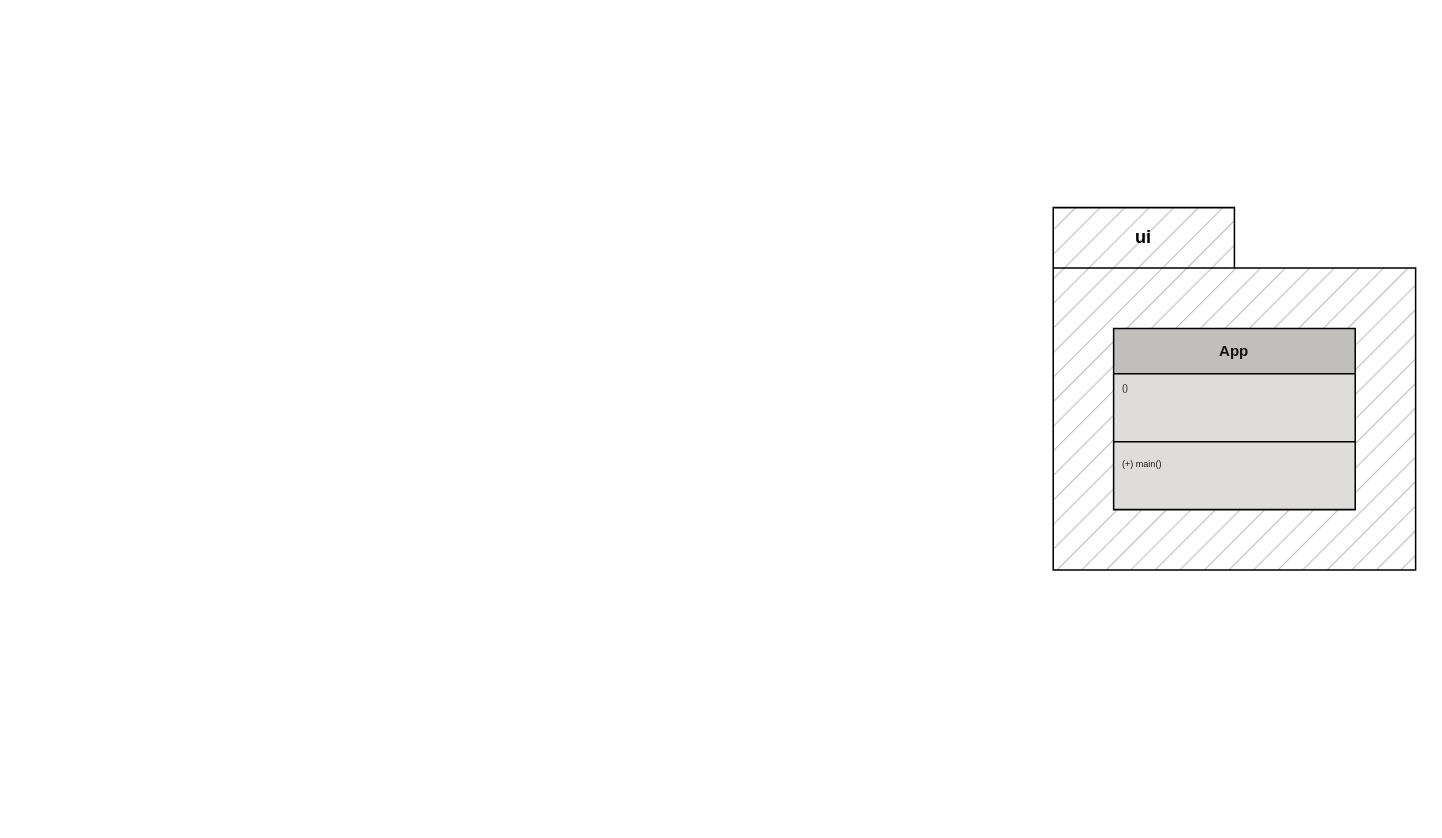
Earlier version of the draw.io diagram docs/overview.drawio (diego-52h/kanban). Source tidied: cells renumbered, new cells numbered last; positions are measured from the earlier drawing's top-left corner, leaving out a move shared by most shapes. Both pictures are drawn from the tidied source at 151%, with x=0, y=0 at pixel (1052, 207).
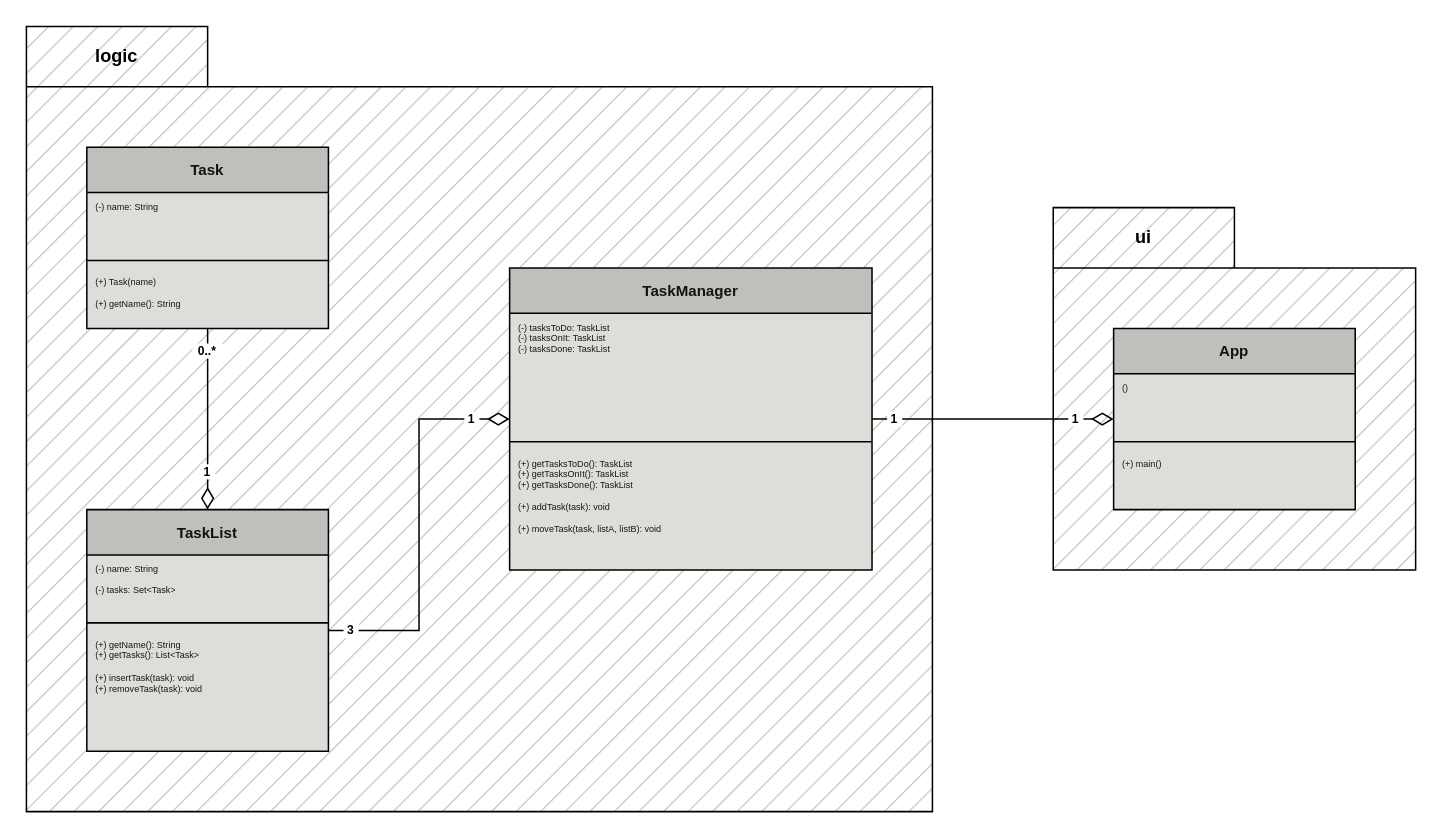
Above is the later version.

Commit message (it also covers changes not shown here):
[FEATURE](/code): Create `logic` package and add basic classes for kanban logic

Unchanged cells that the change refers to:
```xml
<mxCell id="3" value="App" style="swimlane;fontStyle=1;align=center;verticalAlign=middle;horizontal=1;startSize=30;whiteSpace=wrap;html=1;fontFamily=Source Sans Pro;labelBackgroundColor=none;textOpacity=90;swimlaneFillColor=#deddda;fillColor=#c0bfbc;fontSize=10;rounded=0;" parent="1" vertex="1">
  <mxGeometry x="40" y="80" width="160" height="120" as="geometry" />
</mxCell>
```

Diff of the diagram source:
```diff
@@
+    <mxCell id="7" value="logic" style="shape=folder;fontStyle=1;tabWidth=120;tabHeight=40;tabPosition=left;html=1;boundedLbl=1;labelInHeader=1;whiteSpace=wrap;fillStyle=hatch;fillColor=#c0bfbc;fontFamily=Source Sans Pro;verticalAlign=middle;" parent="1" vertex="1">
+      <mxGeometry x="-680" y="-120" width="600" height="520" as="geometry" />
+    </mxCell>
+    <mxCell id="8" style="endArrow=none;html=1;endSize=12;startArrow=diamondThin;startSize=12;startFill=0;edgeStyle=orthogonalEdgeStyle;align=center;verticalAlign=middle;rounded=0;endFill=0;fontFamily=Source Code Pro;fontSize=8;labelBackgroundColor=none;fontStyle=1;" parent="1" edge="1" source="3" target="20">
+      <mxGeometry x="0.92" y="10" relative="1" as="geometry" />
+    </mxCell>
@@
+    <mxCell id="9" value="Task" style="swimlane;fontStyle=1;align=center;verticalAlign=middle;horizontal=1;startSize=30;whiteSpace=wrap;html=1;fontFamily=Source Sans Pro;labelBackgroundColor=none;textOpacity=90;swimlaneFillColor=#deddda;fillColor=#c0bfbc;fontSize=10;rounded=0;" parent="1" vertex="1">
+      <mxGeometry x="-640" y="-40" width="160" height="120" as="geometry" />
+    </mxCell>
+    <mxCell id="10" value="&lt;div&gt;(-) name: String&lt;/div&gt;" style="text;align=left;verticalAlign=top;spacingLeft=4;spacingRight=4;overflow=hidden;whiteSpace=wrap;html=1;fontFamily=Source Code Pro;labelBackgroundColor=none;textOpacity=90;swimlaneFillColor=#deddda;fontSize=6;rounded=0;" parent="9" vertex="1">
+      <mxGeometry y="30" width="160" height="40" as="geometry" />
+    </mxCell>
+    <mxCell id="11" style="line;strokeWidth=1;align=center;verticalAlign=middle;spacingTop=-1;spacingLeft=3;spacingRight=3;labelPosition=right;fontFamily=Source Code Pro;labelBackgroundColor=none;textOpacity=90;swimlaneFillColor=#deddda;fontSize=8;rounded=0;" parent="9" vertex="1">
+      <mxGeometry y="70" width="160" height="10" as="geometry" />
+    </mxCell>
+    <mxCell id="12" value="&lt;div&gt;(+) Task(name)&lt;br&gt;&lt;/div&gt;&lt;div&gt;&lt;br&gt;&lt;/div&gt;&lt;div&gt;(+) getName(): String&lt;/div&gt;" style="text;align=left;verticalAlign=top;spacingLeft=4;spacingRight=4;overflow=hidden;whiteSpace=wrap;html=1;fontFamily=Source Code Pro;labelBackgroundColor=none;textOpacity=90;swimlaneFillColor=#deddda;fontSize=6;rounded=0;" parent="9" vertex="1">
+      <mxGeometry y="80" width="160" height="40" as="geometry" />
+    </mxCell>
+    <mxCell id="13" value="TaskList" style="swimlane;fontStyle=1;align=center;verticalAlign=middle;horizontal=1;startSize=30;whiteSpace=wrap;html=1;fontFamily=Source Sans Pro;labelBackgroundColor=none;textOpacity=90;swimlaneFillColor=#deddda;fillColor=#c0bfbc;fontSize=10;rounded=0;" parent="1" vertex="1">
+      <mxGeometry x="-640" y="200" width="160" height="160" as="geometry" />
+    </mxCell>
+    <mxCell id="14" value="&lt;div&gt;(-) name: String&lt;/div&gt;&lt;div&gt;&lt;br&gt;&lt;/div&gt;&lt;div&gt;(-) tasks: Set&amp;lt;Task&amp;gt;&lt;/div&gt;" style="text;align=left;verticalAlign=top;spacingLeft=4;spacingRight=4;overflow=hidden;whiteSpace=wrap;html=1;fontFamily=Source Code Pro;labelBackgroundColor=none;textOpacity=90;swimlaneFillColor=#deddda;fontSize=6;rounded=0;" parent="13" vertex="1">
+      <mxGeometry y="30" width="160" height="40" as="geometry" />
+    </mxCell>
+    <mxCell id="15" style="line;strokeWidth=1;align=center;verticalAlign=middle;spacingTop=-1;spacingLeft=3;spacingRight=3;labelPosition=right;fontFamily=Source Code Pro;labelBackgroundColor=none;textOpacity=90;swimlaneFillColor=#deddda;fontSize=8;rounded=0;" parent="13" vertex="1">
+      <mxGeometry y="70" width="160" height="10" as="geometry" />
+    </mxCell>
+    <mxCell id="16" value="&lt;div&gt;(+) getName(): String&lt;br&gt;&lt;/div&gt;&lt;div&gt;(+) getTasks(): List&amp;lt;Task&amp;gt;&lt;/div&gt;&lt;div&gt;&lt;br&gt;&lt;/div&gt;&lt;div&gt;(+) insertTask(task): void&lt;/div&gt;&lt;div&gt;(+) removeTask(task): void&lt;/div&gt;" style="text;align=left;verticalAlign=top;spacingLeft=4;spacingRight=4;overflow=hidden;whiteSpace=wrap;html=1;fontFamily=Source Code Pro;labelBackgroundColor=none;textOpacity=90;swimlaneFillColor=#deddda;fontSize=6;rounded=0;" parent="13" vertex="1">
+      <mxGeometry y="80" width="160" height="80" as="geometry" />
+    </mxCell>
+    <mxCell id="17" style="endArrow=none;html=1;endSize=12;startArrow=diamondThin;startSize=12;startFill=0;edgeStyle=orthogonalEdgeStyle;align=center;verticalAlign=middle;rounded=0;endFill=0;fontFamily=Source Code Pro;fontSize=8;labelBackgroundColor=none;fontStyle=1;" parent="1" edge="1" source="13" target="9">
+      <mxGeometry x="0.92" y="10" relative="1" as="geometry" />
+    </mxCell>
+    <mxCell id="18" value="0..*" style="text;html=1;align=center;verticalAlign=middle;whiteSpace=wrap;rounded=0;fontSize=8;fontStyle=1;fontFamily=Source Code Pro;fillColor=default;" parent="1" vertex="1">
+      <mxGeometry x="-570" y="90" width="20" height="10" as="geometry" />
+    </mxCell>
+    <mxCell id="19" value="1" style="text;html=1;align=center;verticalAlign=middle;whiteSpace=wrap;rounded=0;fontSize=8;fontStyle=1;fontFamily=Source Code Pro;fillColor=default;" parent="1" vertex="1">
+      <mxGeometry x="-565" y="170" width="10" height="10" as="geometry" />
+    </mxCell>
+    <mxCell id="20" value="TaskManager" style="swimlane;fontStyle=1;align=center;verticalAlign=middle;horizontal=1;startSize=30;whiteSpace=wrap;html=1;fontFamily=Source Sans Pro;labelBackgroundColor=none;textOpacity=90;swimlaneFillColor=#deddda;fillColor=#c0bfbc;fontSize=10;rounded=0;" parent="1" vertex="1">
+      <mxGeometry x="-360" y="40" width="240" height="200" as="geometry" />
+    </mxCell>
+    <mxCell id="21" value="&lt;div&gt;(-) tasksToDo: TaskList&lt;/div&gt;&lt;div&gt;(-) tasksOnIt: TaskList&lt;/div&gt;&lt;div&gt;(-) tasksDone: TaskList&lt;/div&gt;" style="text;align=left;verticalAlign=top;spacingLeft=4;spacingRight=4;overflow=hidden;whiteSpace=wrap;html=1;fontFamily=Source Code Pro;labelBackgroundColor=none;textOpacity=90;swimlaneFillColor=#deddda;fontSize=6;rounded=0;" parent="20" vertex="1">
+      <mxGeometry y="30" width="240" height="80" as="geometry" />
+    </mxCell>
+    <mxCell id="22" style="line;strokeWidth=1;align=center;verticalAlign=middle;spacingTop=-1;spacingLeft=3;spacingRight=3;labelPosition=right;fontFamily=Source Code Pro;labelBackgroundColor=none;textOpacity=90;swimlaneFillColor=#deddda;fontSize=8;rounded=0;" parent="20" vertex="1">
+      <mxGeometry y="110" width="240" height="10" as="geometry" />
+    </mxCell>
+    <mxCell id="23" value="(+) getTasksToDo(): TaskList&lt;div&gt;(+) getTasksOnIt(): TaskList&lt;/div&gt;&lt;div&gt;(+) getTasksDone(): TaskList&lt;/div&gt;&lt;div&gt;&lt;br&gt;&lt;/div&gt;&lt;div&gt;&lt;div&gt;(+) addTask(task): void&lt;br&gt;&lt;/div&gt;&lt;/div&gt;&lt;div&gt;&lt;br&gt;&lt;/div&gt;&lt;div&gt;(+) moveTask(task, listA, listB): void&lt;br&gt;&lt;/div&gt;" style="text;align=left;verticalAlign=top;spacingLeft=4;spacingRight=4;overflow=hidden;whiteSpace=wrap;html=1;fontFamily=Source Code Pro;labelBackgroundColor=none;textOpacity=90;swimlaneFillColor=#deddda;fontSize=6;rounded=0;" parent="20" vertex="1">
+      <mxGeometry y="120" width="240" height="80" as="geometry" />
+    </mxCell>
+    <mxCell id="24" style="endArrow=none;html=1;endSize=12;startArrow=diamondThin;startSize=12;startFill=0;edgeStyle=orthogonalEdgeStyle;align=center;verticalAlign=middle;rounded=0;endFill=0;fontFamily=Source Code Pro;fontSize=8;labelBackgroundColor=none;fontStyle=1;" parent="1" edge="1" source="20" target="13">
+      <mxGeometry x="0.92" y="10" relative="1" as="geometry">
+        <Array as="points">
+          <mxPoint x="-420" y="140" />
+          <mxPoint x="-420" y="280" />
+        </Array>
+      </mxGeometry>
+    </mxCell>
+    <mxCell id="25" value="3" style="text;html=1;align=center;verticalAlign=middle;whiteSpace=wrap;rounded=0;fontSize=8;fontStyle=1;fontFamily=Source Code Pro;fillColor=default;" parent="1" vertex="1">
+      <mxGeometry x="-470" y="275" width="10" height="10" as="geometry" />
+    </mxCell>
+    <mxCell id="26" value="1" style="text;html=1;align=center;verticalAlign=middle;whiteSpace=wrap;rounded=0;fontSize=8;fontStyle=1;fontFamily=Source Code Pro;fillColor=default;" parent="1" vertex="1">
+      <mxGeometry x="-390" y="135" width="10" height="10" as="geometry" />
+    </mxCell>
+    <mxCell id="27" value="1" style="text;html=1;align=center;verticalAlign=middle;whiteSpace=wrap;rounded=0;fontSize=8;fontStyle=1;fontFamily=Source Code Pro;fillColor=default;" parent="1" vertex="1">
+      <mxGeometry x="-110" y="135" width="10" height="10" as="geometry" />
+    </mxCell>
+    <mxCell id="28" value="1" style="text;html=1;align=center;verticalAlign=middle;whiteSpace=wrap;rounded=0;fontSize=8;fontStyle=1;fontFamily=Source Code Pro;fillColor=default;" parent="1" vertex="1">
+      <mxGeometry x="10" y="135" width="10" height="10" as="geometry" />
+    </mxCell>
```
